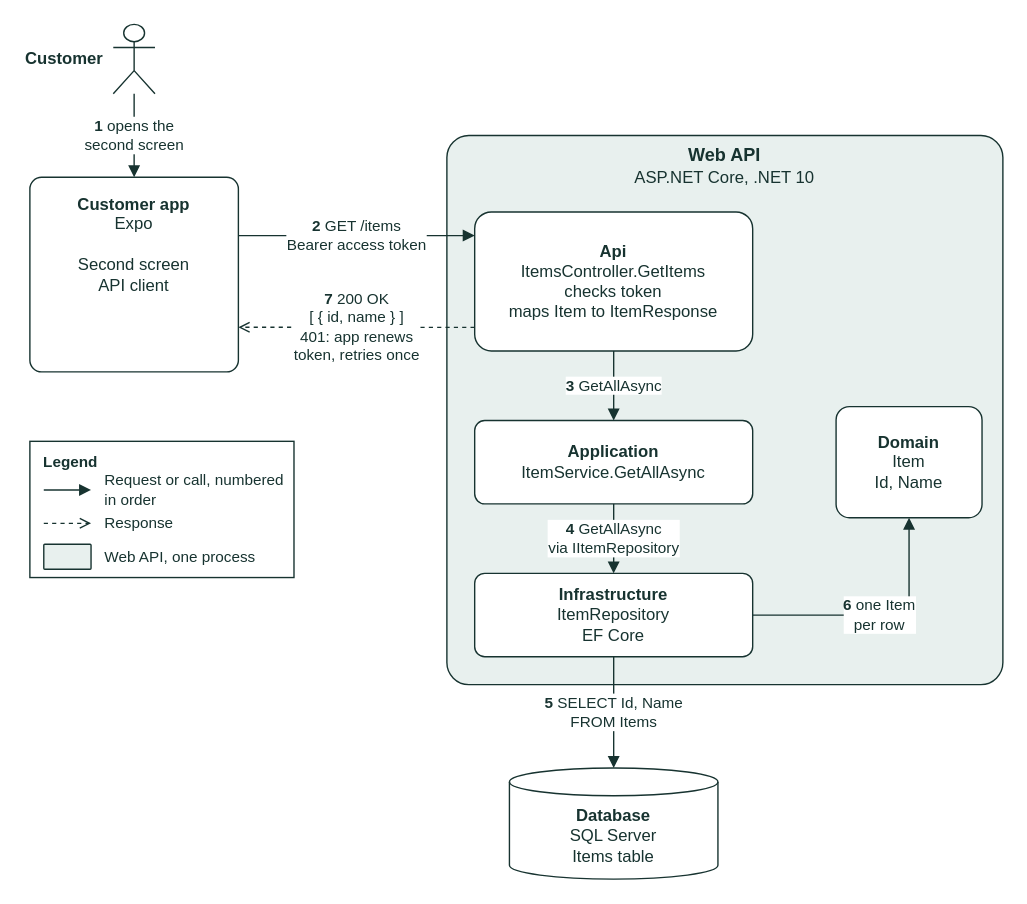
Earlier version of the draw.io diagram docs/assets/drawio/get-items-flow.drawio (Mosekjaer/prepmeup). Source tidied: cells renumbered, new cells numbered last; positions are measured from the earlier drawing's top-left corner, leaving out a move shared by most shapes. Both pictures are drawn from the tidied source at 139%, with x=0, y=0 at pixel (29, 24).
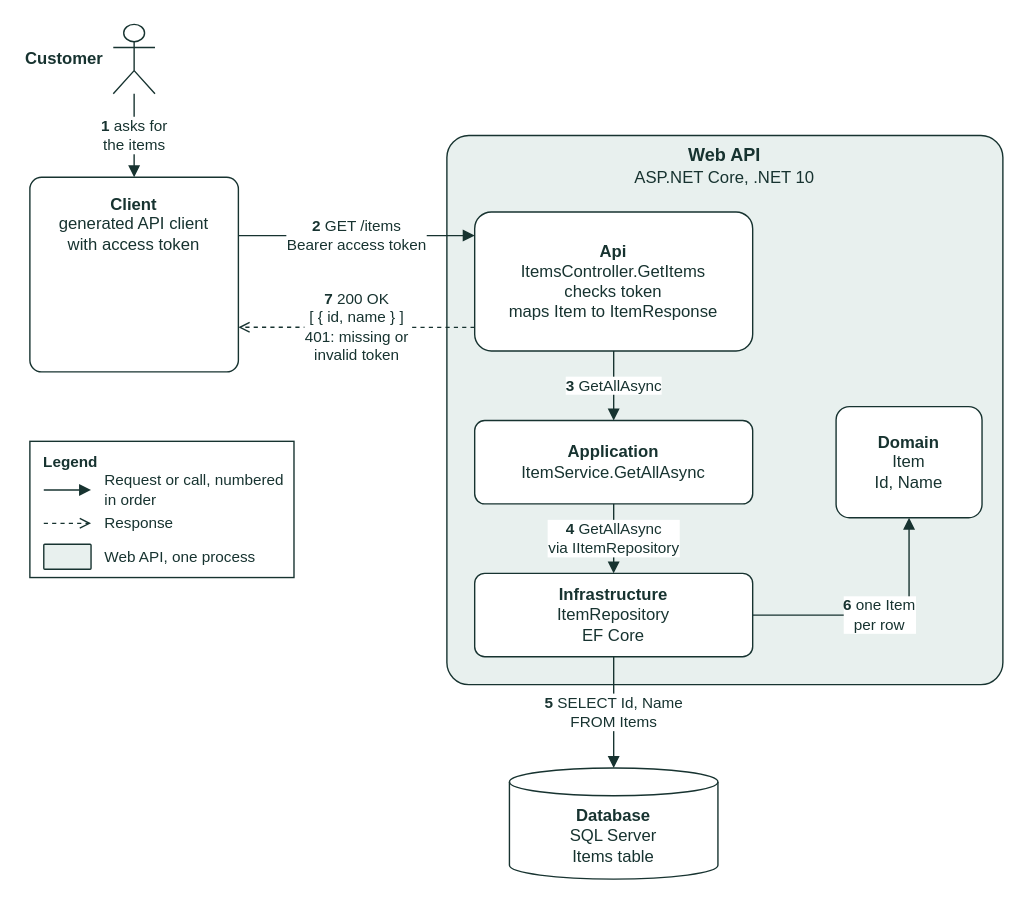
Above is the later version.

Commit message (it also covers changes not shown here):
docs(design): add the get items flow and update the save flows

The get items diagram still showed the removed second screen and said the app renews the token on 401, which it does not. It is now drawn from a generic client and placed in a new Reading Data section in appendix 4.1, as PMU-88 asked. The Saving Data section said the onboarding screen was the only save and that the admin panel saves nothing, which is no longer true after sign-up and mark as sent.

Unchanged cells that the change refers to:
```xml
<mxCell id="2" value="Customer" style="shape=umlActor;verticalLabelPosition=middle;labelPosition=left;align=right;verticalAlign=middle;spacingRight=6;html=1;outlineConnect=0;fillColor=#FFFFFF;strokeColor=#173330;fontColor=#173330;fontStyle=1;fontSize=12;fontFamily=Arial;" parent="1" vertex="1">
  <mxGeometry x="60" width="30" height="50" as="geometry" />
</mxCell>
<mxCell id="5" value="&lt;b&gt;Api&lt;/b&gt;&lt;br&gt;ItemsController.GetItems&lt;br&gt;checks token&lt;br&gt;maps Item to ItemResponse" style="rounded=1;arcSize=12;whiteSpace=wrap;html=1;spacingLeft=6;spacingRight=6;fillColor=#FFFFFF;strokeColor=#173330;fontColor=#173330;fontSize=12;fontFamily=Arial;" parent="4" vertex="1">
  <mxGeometry x="20" y="55" width="200" height="100" as="geometry" />
</mxCell>
```

What changed in the source:
```diff
@@
-    <mxCell id="3" value="&lt;b&gt;Customer app&lt;/b&gt;&lt;br&gt;Expo&lt;br&gt;&lt;br&gt;Second screen&lt;br&gt;API client" style="rounded=1;arcSize=6;whiteSpace=wrap;html=1;fillColor=#FFFFFF;strokeColor=#173330;fontColor=#173330;fontSize=12;verticalAlign=top;spacingTop=6;fontFamily=Arial;" parent="1" vertex="1">
+    <mxCell id="3" value="&lt;b&gt;Client&lt;/b&gt;&lt;br&gt;generated API client&lt;br&gt;with access token" style="rounded=1;arcSize=6;whiteSpace=wrap;html=1;fillColor=#FFFFFF;strokeColor=#173330;fontColor=#173330;fontSize=12;verticalAlign=top;spacingTop=6;fontFamily=Arial;" parent="1" vertex="1">
       <mxGeometry y="110" width="150" height="140" as="geometry" />
     </mxCell>
@@
-    <mxCell id="17" value="&lt;b&gt;1&lt;/b&gt; opens the&lt;br&gt;second screen" style="edgeStyle=orthogonalEdgeStyle;rounded=0;html=1;strokeColor=#173330;endArrow=block;endFill=1;fontSize=11;fontColor=#173330;labelBackgroundColor=#FFFFFF;fontFamily=Arial;exitX=0.5;exitY=1;exitDx=0;exitDy=0;entryX=0.5;entryY=0;entryDx=0;entryDy=0;" parent="1" edge="1" source="2" target="3">
+    <mxCell id="17" value="&lt;b&gt;1&lt;/b&gt; asks for&lt;br&gt;the items" style="edgeStyle=orthogonalEdgeStyle;rounded=0;html=1;strokeColor=#173330;endArrow=block;endFill=1;fontSize=11;fontColor=#173330;labelBackgroundColor=#FFFFFF;fontFamily=Arial;exitX=0.5;exitY=1;exitDx=0;exitDy=0;entryX=0.5;entryY=0;entryDx=0;entryDy=0;" parent="1" edge="1" source="2" target="3">
       <mxGeometry relative="1" as="geometry" />
     </mxCell>
@@
-    <mxCell id="23" value="&lt;b&gt;7&lt;/b&gt; 200 OK&lt;br&gt;[ { id, name } ]&lt;br&gt;401: app renews&lt;br&gt;token, retries once" style="edgeStyle=orthogonalEdgeStyle;rounded=0;html=1;strokeColor=#173330;dashed=1;endArrow=open;endFill=0;fontSize=11;fontColor=#173330;labelBackgroundColor=#FFFFFF;fontFamily=Arial;exitX=0;exitY=0.83;exitDx=0;exitDy=0;entryX=1;entryY=0.771;entryDx=0;entryDy=0;" parent="1" edge="1" source="5" target="3">
+    <mxCell id="23" value="&lt;b&gt;7&lt;/b&gt; 200 OK&lt;br&gt;[ { id, name } ]&lt;br&gt;401: missing or&lt;br&gt;invalid token" style="edgeStyle=orthogonalEdgeStyle;rounded=0;html=1;strokeColor=#173330;dashed=1;endArrow=open;endFill=0;fontSize=11;fontColor=#173330;labelBackgroundColor=#FFFFFF;fontFamily=Arial;exitX=0;exitY=0.83;exitDx=0;exitDy=0;entryX=1;entryY=0.771;entryDx=0;entryDy=0;" parent="1" edge="1" source="5" target="3">
       <mxGeometry relative="1" as="geometry" />
     </mxCell>
```
